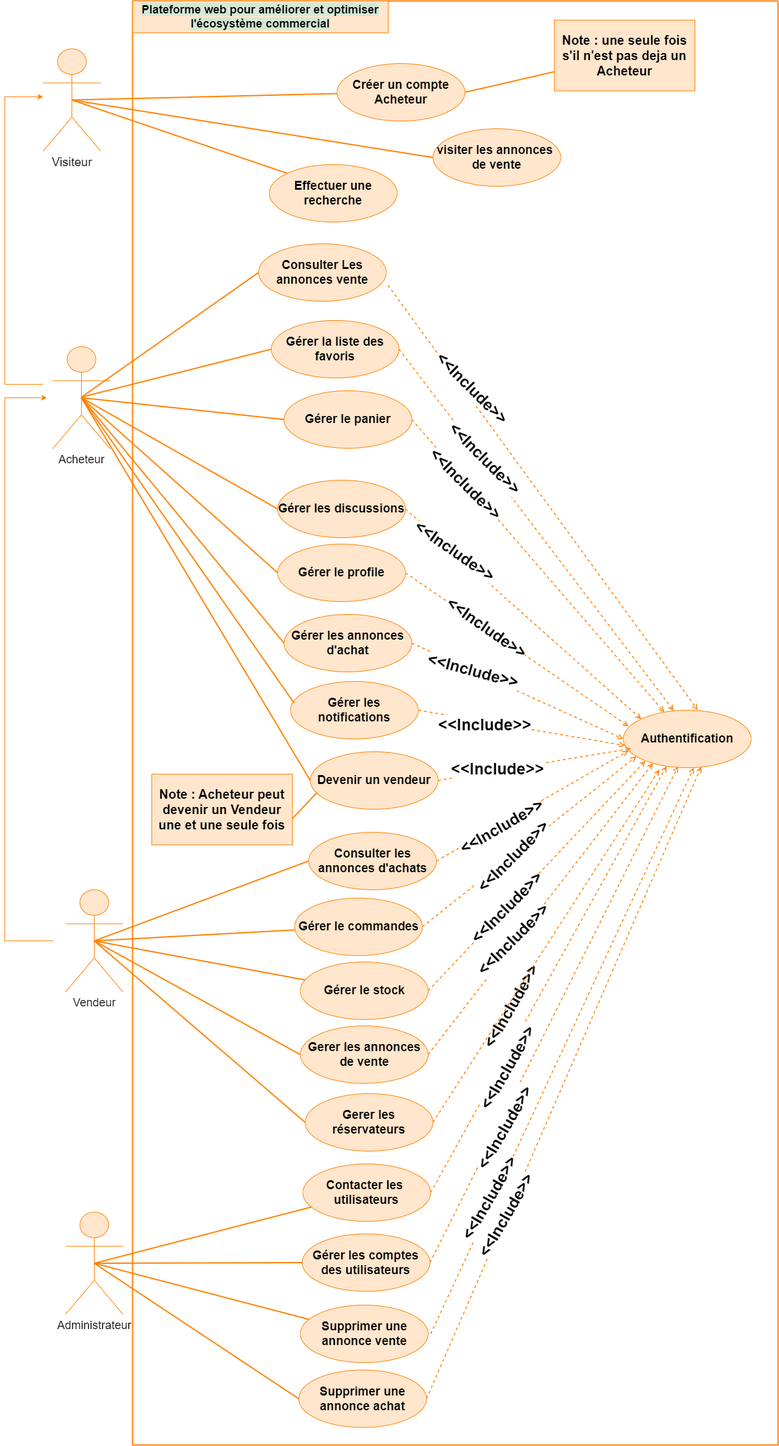
The draw.io diagram images/diagramme de cas g 1.png in alizhassane/pfe, before a commit. Source tidied: cells renumbered, new cells last; positions are measured from the earlier drawing's top-left corner, leaving out a move shared by most shapes.
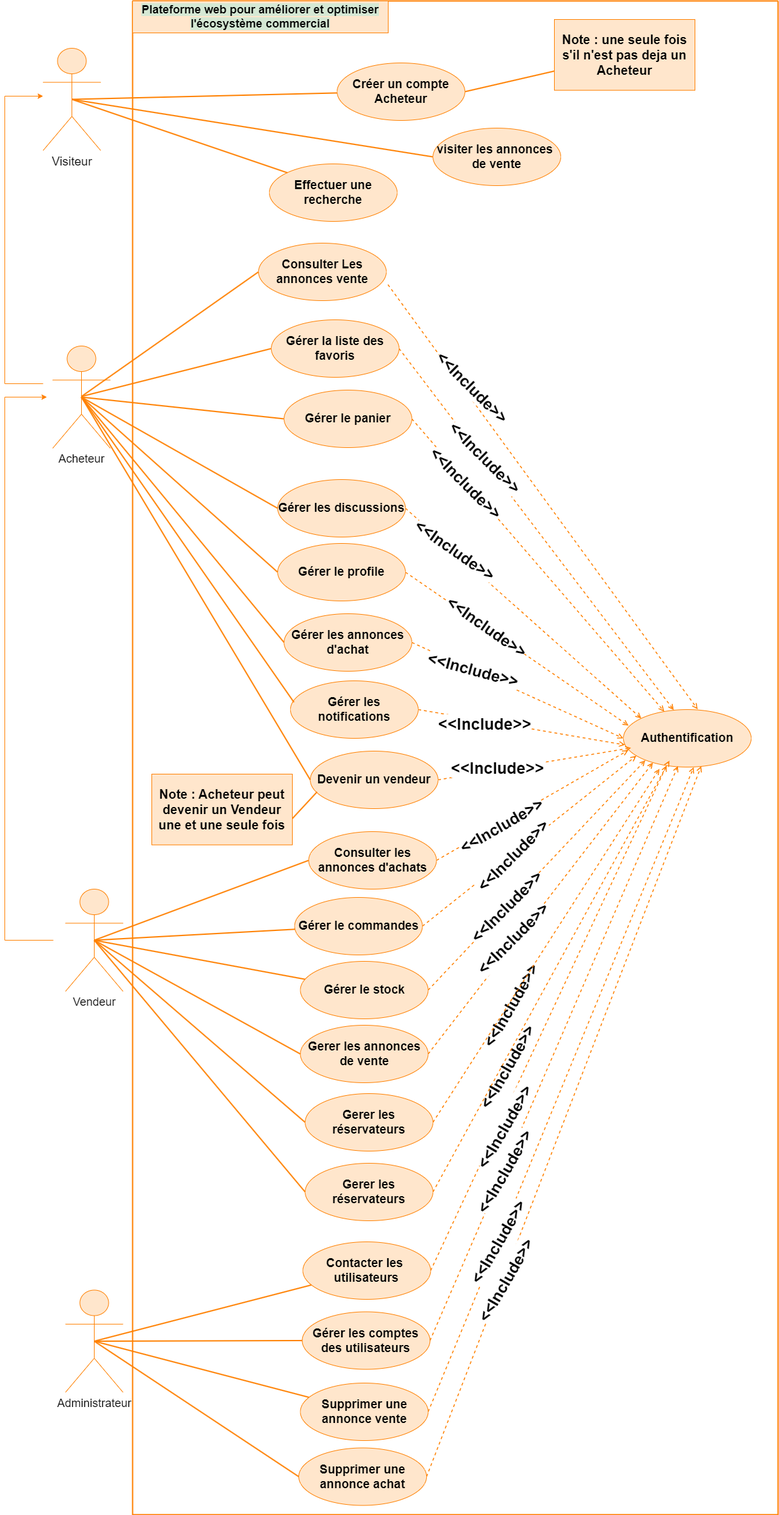
The same diagram one commit later.

Diff of the diagram source:
```diff
@@ -144,9 +144,8 @@
     <mxCell id="45" style="rounded=0;jettySize=auto;html=1;dashed=1;endArrow=open;endFill=0;strokeWidth=1.5;exitX=1;exitY=0.5;exitDx=0;exitDy=0;entryX=0.427;entryY=0.982;entryDx=0;entryDy=0;entryPerimeter=0;strokeColor=#FF8000;align=center;verticalAlign=middle;fontFamily=Helvetica;fontSize=12;fontColor=default;fillColor=#FFE6CC;" parent="1" edge="1" source="76" target="22">
       <mxGeometry relative="1" as="geometry" />
     </mxCell>
-    <mxCell id="46" style="rounded=0;orthogonalLoop=1;jettySize=auto;html=1;dashed=1;endArrow=open;endFill=0;strokeWidth=1.5;exitX=1;exitY=0.5;exitDx=0;exitDy=0;entryX=0.53;entryY=1.002;entryDx=0;entryDy=0;entryPerimeter=0;strokeColor=#FF8000;align=center;verticalAlign=middle;fontFamily=Helvetica;fontSize=12;fontColor=default;fillColor=#FFE6CC;" parent="1" edge="1">
+    <mxCell id="46" style="rounded=0;jettySize=auto;html=1;dashed=1;endArrow=open;endFill=0;strokeWidth=1.5;exitX=1;exitY=0.5;exitDx=0;exitDy=0;entryX=0.53;entryY=1.002;entryDx=0;entryDy=0;entryPerimeter=0;strokeColor=#FF8000;align=center;verticalAlign=middle;fontFamily=Helvetica;fontSize=12;fontColor=default;fillColor=#FFE6CC;" parent="1" edge="1" source="77">
       <mxGeometry relative="1" as="geometry">
-        <mxPoint x="666.5" y="2086" as="sourcePoint" />
         <mxPoint x="1078" y="1200.2" as="targetPoint" />
       </mxGeometry>
     </mxCell>
@@ -266,7 +265,7 @@
       <mxGeometry relative="1" as="geometry" />
     </mxCell>
     <mxCell id="72" style="swimlane;startSize=0;strokeWidth=2;strokeColor=#FF8000;align=center;verticalAlign=middle;fontFamily=Helvetica;fontSize=12;fontColor=default;fillColor=#FFE6CC;" parent="1" vertex="1">
-      <mxGeometry x="200" width="1010" height="2260" as="geometry" />
+      <mxGeometry x="200" y="1" width="1010" height="2369" as="geometry" />
     </mxCell>
     <mxCell id="73" value="&lt;font style=&quot;font-size: 20px;&quot;&gt;Note : Acheteur peut devenir un Vendeur une et une seule fois&lt;/font&gt;" style="html=1;whiteSpace=wrap;fontSize=12;fontStyle=1;strokeColor=#FF8000;align=center;verticalAlign=middle;fontFamily=Helvetica;fontColor=default;fillColor=#FFE6CC;" parent="72" vertex="1">
       <mxGeometry x="30" y="1210" width="220" height="110.8" as="geometry" />
@@ -275,19 +274,19 @@
       <mxGeometry x="270" y="1710" width="200" height="90" as="geometry" />
     </mxCell>
     <mxCell id="75" value="&lt;font style=&quot;font-size: 19px;&quot;&gt;Contacter les&amp;nbsp;&lt;/font&gt;&lt;div style=&quot;font-size: 19px;&quot;&gt;&lt;font style=&quot;font-size: 19px;&quot;&gt;utilisateurs&lt;/font&gt;&lt;/div&gt;" style="ellipse;whiteSpace=wrap;html=1;fontSize=12;fontStyle=1;strokeColor=#FF8000;align=center;verticalAlign=middle;fontFamily=Helvetica;fontColor=default;fillColor=#FFE6CC;" parent="72" vertex="1">
-      <mxGeometry x="266.4" y="1820" width="200" height="90" as="geometry" />
+      <mxGeometry x="266.4" y="1942" width="200" height="90" as="geometry" />
     </mxCell>
     <mxCell id="76" value="&lt;font style=&quot;font-size: 19px;&quot;&gt;Gérer les comptes des utilisateurs&lt;/font&gt;" style="ellipse;whiteSpace=wrap;html=1;fontSize=12;fontStyle=1;strokeColor=#FF8000;align=center;verticalAlign=middle;fontFamily=Helvetica;fontColor=default;fillColor=#FFE6CC;" parent="72" vertex="1">
-      <mxGeometry x="265.4" y="1929.5" width="200" height="90" as="geometry" />
+      <mxGeometry x="265.4" y="2051.5" width="200" height="90" as="geometry" />
     </mxCell>
     <mxCell id="77" value="&lt;font style=&quot;font-size: 19px;&quot;&gt;Supprimer une annonce vente&lt;/font&gt;" style="ellipse;whiteSpace=wrap;html=1;fontSize=12;fontStyle=1;strokeColor=#FF8000;align=center;verticalAlign=middle;fontFamily=Helvetica;fontColor=default;fillColor=#FFE6CC;" parent="72" vertex="1">
-      <mxGeometry x="262.5" y="2041" width="200" height="90" as="geometry" />
+      <mxGeometry x="262.5" y="2163" width="200" height="90" as="geometry" />
     </mxCell>
     <mxCell id="78" value="&lt;font style=&quot;font-size: 19px;&quot;&gt;Supprimer une annonce achat&lt;/font&gt;" style="ellipse;whiteSpace=wrap;html=1;fontSize=12;fontStyle=1;strokeColor=#FF8000;align=center;verticalAlign=middle;fontFamily=Helvetica;fontColor=default;fillColor=#FFE6CC;" parent="72" vertex="1">
-      <mxGeometry x="260" y="2142.5" width="200" height="90" as="geometry" />
+      <mxGeometry x="260" y="2264.5" width="200" height="90" as="geometry" />
     </mxCell>
     <mxCell id="79" value="&lt;font style=&quot;font-size: 18px;&quot;&gt;Administrateur&lt;/font&gt;" style="shape=umlActor;verticalLabelPosition=bottom;verticalAlign=top;html=1;outlineConnect=0;strokeColor=#FF8000;align=center;fontFamily=Helvetica;fontSize=12;fontColor=default;fillColor=#FFE6CC;" parent="72" vertex="1">
-      <mxGeometry x="-105" y="1895.5" width="90" height="160" as="geometry" />
+      <mxGeometry x="-105" y="2017.5" width="90" height="160" as="geometry" />
     </mxCell>
     <mxCell id="80" style="rounded=0;jettySize=auto;html=1;entryX=0.5;entryY=0.5;entryDx=0;entryDy=0;entryPerimeter=0;endArrow=none;endFill=0;strokeColor=#FF8000;align=center;verticalAlign=middle;fontFamily=Helvetica;fontSize=12;fontColor=default;fillColor=#FFE6CC;strokeWidth=2;" parent="72" edge="1" source="75" target="79">
       <mxGeometry relative="1" as="geometry" />
@@ -302,12 +301,12 @@
       <mxGeometry relative="1" as="geometry" />
     </mxCell>
     <mxCell id="84" value="&lt;font style=&quot;font-size: 25px;&quot;&gt;&amp;lt;&amp;lt;Include&amp;gt;&amp;gt;&lt;/font&gt;" style="edgeLabel;html=1;align=center;verticalAlign=middle;rotation=-60;fontSize=12;fontStyle=1;strokeColor=#FF8000;fontFamily=Helvetica;fontColor=default;fillColor=#FFE6CC;" parent="72" vertex="1">
-      <mxGeometry x="536" y="1850" as="geometry">
+      <mxGeometry x="550" y="1919" as="geometry">
         <mxPoint x="-11" y="29" as="offset" />
       </mxGeometry>
     </mxCell>
     <mxCell id="85" value="&lt;font style=&quot;font-size: 25px;&quot;&gt;&amp;lt;&amp;lt;Include&amp;gt;&amp;gt;&lt;/font&gt;" style="edgeLabel;html=1;align=center;verticalAlign=middle;rotation=-60;fontSize=12;fontStyle=1;strokeColor=#FF8000;fontFamily=Helvetica;fontColor=default;fillColor=#FFE6CC;" parent="72" vertex="1">
-      <mxGeometry x="562" y="1877" as="geometry">
+      <mxGeometry x="562" y="1979" as="geometry">
         <mxPoint x="-11" y="29" as="offset" />
       </mxGeometry>
     </mxCell>
@@ -317,11 +316,27 @@
     <mxCell id="87" value="&lt;div style=&quot;text-wrap: nowrap; font-size: 18px;&quot;&gt;&lt;font style=&quot;background-color: rgb(213, 232, 212); font-size: 18px;&quot;&gt;Plateforme web pour améliorer et optimiser&lt;/font&gt;&lt;/div&gt;&lt;div style=&quot;text-wrap: nowrap; font-size: 18px;&quot;&gt;&lt;font style=&quot;background-color: rgb(213, 232, 212); font-size: 18px;&quot;&gt;l'écosystème commercial&lt;/font&gt;&lt;/div&gt;" style="html=1;whiteSpace=wrap;fontSize=12;fontStyle=1;strokeColor=#FF8000;align=center;verticalAlign=middle;fontFamily=Helvetica;fontColor=default;fillColor=#FFE6CC;" parent="72" vertex="1">
       <mxGeometry width="400" height="50" as="geometry" />
     </mxCell>
-    <mxCell id="88" style="rounded=0;jettySize=auto;html=1;entryX=0.5;entryY=0.5;entryDx=0;entryDy=0;entryPerimeter=0;endArrow=none;endFill=0;exitX=0;exitY=0.5;exitDx=0;exitDy=0;strokeColor=#FF8000;align=center;verticalAlign=middle;fontFamily=Helvetica;fontSize=12;fontColor=default;fillColor=#FFE6CC;strokeWidth=2;" parent="1" edge="1" source="74" target="17">
-      <mxGeometry relative="1" as="geometry" />
+    <mxCell id="88" value="&lt;span style=&quot;font-size: 19px;&quot;&gt;Gerer les réservateurs&lt;/span&gt;" style="ellipse;whiteSpace=wrap;html=1;fontSize=12;fontStyle=1;strokeColor=#FF8000;align=center;verticalAlign=middle;fontFamily=Helvetica;fontColor=default;fillColor=#FFE6CC;" parent="72" vertex="1">
+      <mxGeometry x="270" y="1819" width="200" height="90" as="geometry" />
     </mxCell>
-    <mxCell id="89" style="rounded=0;jettySize=auto;html=1;dashed=1;endArrow=open;endFill=0;strokeWidth=1.5;exitX=1;exitY=0.5;exitDx=0;exitDy=0;strokeColor=#FF8000;align=center;verticalAlign=middle;fontFamily=Helvetica;fontSize=12;fontColor=default;fillColor=#FFE6CC;entryX=0.282;entryY=1.032;entryDx=0;entryDy=0;entryPerimeter=0;" parent="1" edge="1" source="74" target="22">
+    <mxCell id="89" style="rounded=0;jettySize=auto;html=1;entryX=0.5;entryY=0.5;entryDx=0;entryDy=0;entryPerimeter=0;endArrow=none;endFill=0;exitX=0;exitY=0.5;exitDx=0;exitDy=0;strokeColor=#FF8000;align=center;verticalAlign=middle;fontFamily=Helvetica;fontSize=12;fontColor=default;fillColor=#FFE6CC;strokeWidth=2;" parent="1" edge="1" source="74" target="17">
       <mxGeometry relative="1" as="geometry" />
     </mxCell>
+    <mxCell id="90" style="rounded=0;jettySize=auto;html=1;dashed=1;endArrow=open;endFill=0;strokeWidth=1.5;exitX=1;exitY=0.5;exitDx=0;exitDy=0;strokeColor=#FF8000;align=center;verticalAlign=middle;fontFamily=Helvetica;fontSize=12;fontColor=default;fillColor=#FFE6CC;entryX=0.282;entryY=1.032;entryDx=0;entryDy=0;entryPerimeter=0;" parent="1" edge="1" source="74" target="22">
+      <mxGeometry relative="1" as="geometry" />
+    </mxCell>
+    <mxCell id="91" style="rounded=0;jettySize=auto;html=1;dashed=1;endArrow=open;endFill=0;strokeWidth=1.5;exitX=1;exitY=0.5;exitDx=0;exitDy=0;strokeColor=#FF8000;align=center;verticalAlign=middle;fontFamily=Helvetica;fontSize=12;fontColor=default;fillColor=#FFE6CC;" parent="1" edge="1" source="88">
+      <mxGeometry relative="1" as="geometry">
+        <mxPoint x="1040" y="1190" as="targetPoint" />
+      </mxGeometry>
+    </mxCell>
+    <mxCell id="92" value="&lt;font style=&quot;font-size: 25px;&quot;&gt;&amp;lt;&amp;lt;Include&amp;gt;&amp;gt;&lt;/font&gt;" style="edgeLabel;html=1;align=center;verticalAlign=middle;rotation=-60;fontSize=12;fontStyle=1;strokeColor=#FF8000;fontFamily=Helvetica;fontColor=default;fillColor=#FFE6CC;" parent="1" vertex="1">
+      <mxGeometry x="760" y="1810" as="geometry">
+        <mxPoint x="-11" y="29" as="offset" />
+      </mxGeometry>
+    </mxCell>
+    <mxCell id="93" style="rounded=0;jettySize=auto;html=1;entryX=0.5;entryY=0.5;entryDx=0;entryDy=0;entryPerimeter=0;endArrow=none;endFill=0;exitX=0;exitY=0.5;exitDx=0;exitDy=0;strokeColor=#FF8000;align=center;verticalAlign=middle;fontFamily=Helvetica;fontSize=12;fontColor=default;fillColor=#FFE6CC;strokeWidth=2;" parent="1" edge="1" source="88" target="17">
+      <mxGeometry relative="1" as="geometry" />
+    </mxCell>
   </root>
 </mxGraphModel>
```
